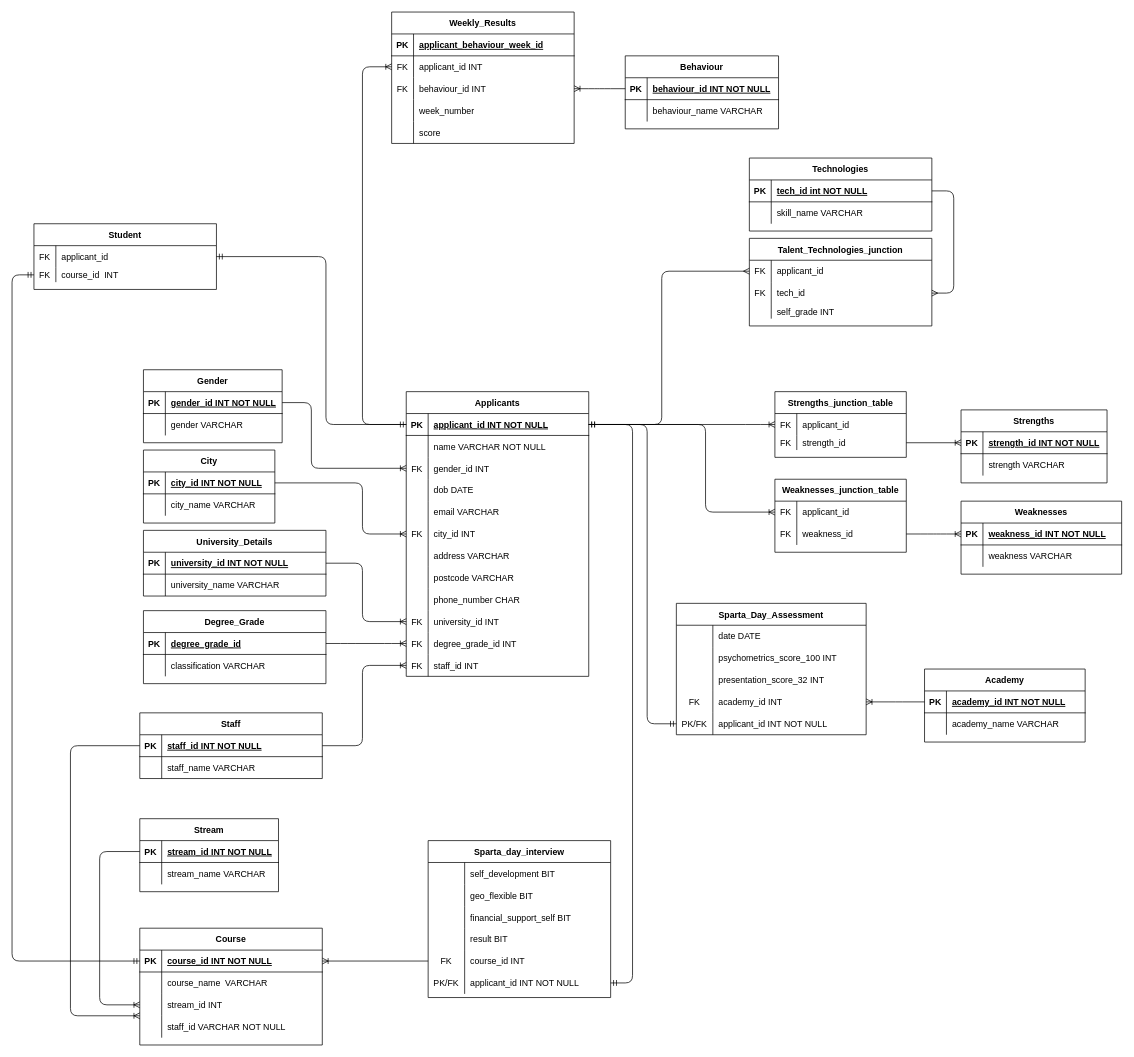
AmyCatling/data17-finalproject keeps this draw.io diagram as sql/fully_normalised/fully_normalised_erd.drawio. Above is the earlier version. Source tidied: cells renumbered, new cells numbered last; positions are measured from the earlier drawing's top-left corner, leaving out a move shared by most shapes. Both pictures are drawn from the tidied source at 73%, with x=0, y=0 at pixel (12, 12).
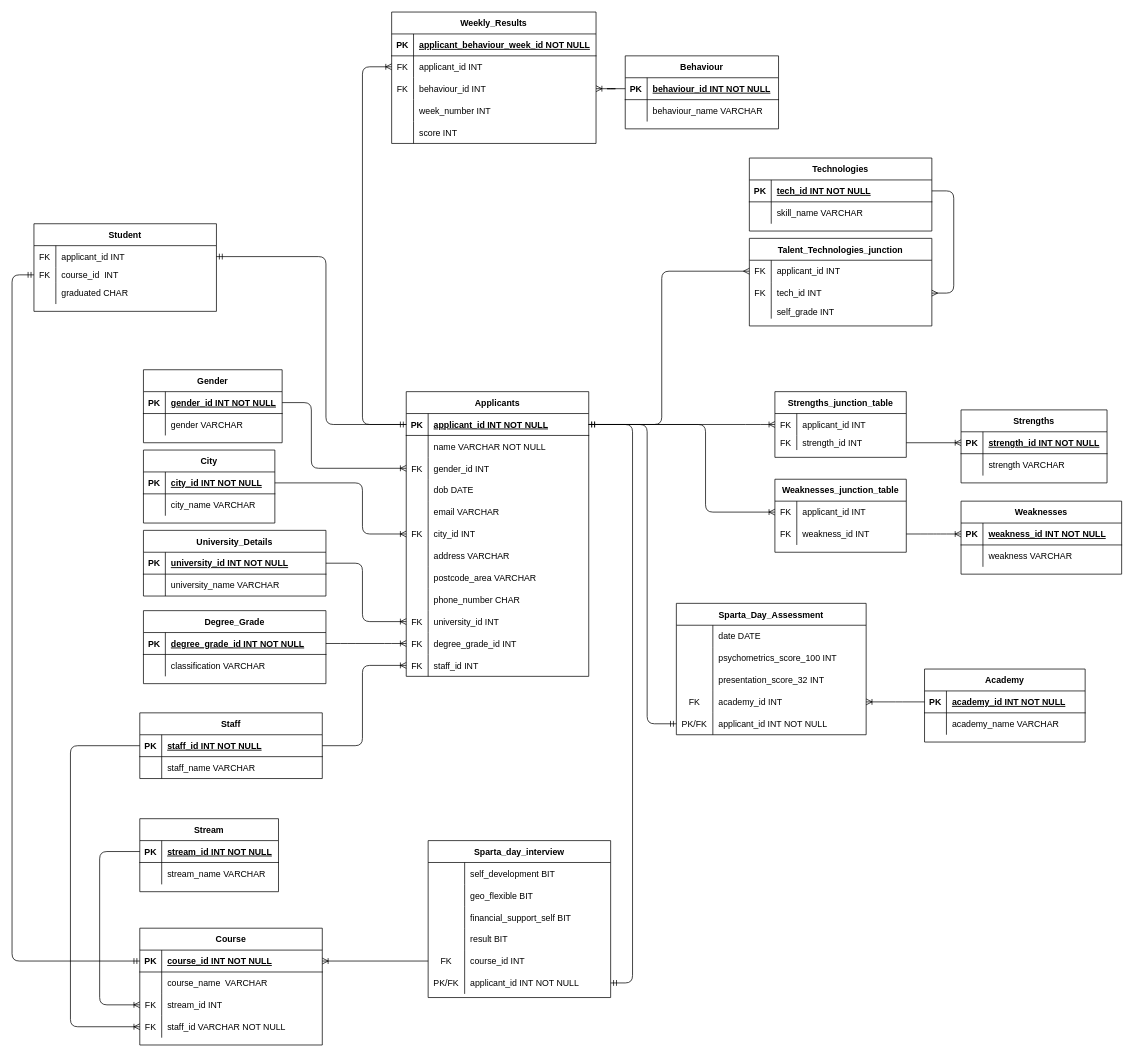
The same page after the edit.

Commit message (it also covers changes not shown here):
Updating the ERD and Database SQL code

Unchanged cells that the change refers to:
```xml
<mxCell id="40" style="shape=partialRectangle;fillColor=none;top=0;left=0;right=0;bottom=0;" parent="18" vertex="1">
  <mxGeometry y="240" width="250" height="30" as="geometry" />
</mxCell>
<mxCell id="73" style="shape=partialRectangle;fillColor=none;points=[[0,0.5],[1,0.5]];portConstraint=eastwest;top=0;left=0;right=0;bottom=1;" parent="72" vertex="1">
  <mxGeometry y="30" width="250" height="30" as="geometry" />
</mxCell>
<mxCell id="80" style="shape=partialRectangle;fillColor=none;points=[[0,0.5],[1,0.5]];portConstraint=eastwest;top=0;left=0;right=0;bottom=1;" parent="79" vertex="1">
  <mxGeometry y="30" width="250" height="30" as="geometry" />
</mxCell>
<mxCell id="87" style="shape=partialRectangle;fillColor=none;points=[[0,0.5],[1,0.5]];portConstraint=eastwest;top=0;left=0;right=0;bottom=0;" parent="86" vertex="1">
  <mxGeometry y="30" width="250" height="30" as="geometry" />
</mxCell>
<mxCell id="90" style="shape=partialRectangle;fillColor=none;points=[[0,0.5],[1,0.5]];portConstraint=eastwest;top=0;left=0;right=0;bottom=0;" parent="86" vertex="1">
  <mxGeometry y="60" width="250" height="30" as="geometry" />
</mxCell>
<mxCell id="116" style="shape=partialRectangle;fillColor=none;points=[[0,0.5],[1,0.5]];portConstraint=eastwest;top=0;left=0;right=0;bottom=0;" parent="115" vertex="1">
  <mxGeometry y="30" width="250" height="30" as="geometry" />
</mxCell>
<mxCell id="122" value="Course" style="shape=table;startSize=30;childLayout=tableLayout;rowLines=0;fontStyle=1;align=center;" parent="1" vertex="1">
  <mxGeometry x="175" y="1255" width="250" height="160" as="geometry" />
</mxCell>
<mxCell id="129" style="shape=partialRectangle;fillColor=none;points=[[0,0.5],[1,0.5]];portConstraint=eastwest;top=0;left=0;right=0;bottom=0;" parent="122" vertex="1">
  <mxGeometry y="90" width="250" height="30" as="geometry" />
</mxCell>
<mxCell id="132" style="shape=partialRectangle;fillColor=none;points=[[0,0.5],[1,0.5]];portConstraint=eastwest;top=0;left=0;right=0;bottom=0;" parent="122" vertex="1">
  <mxGeometry y="120" width="250" height="30" as="geometry" />
</mxCell>
<mxCell id="160" style="shape=partialRectangle;fillColor=none;top=0;left=0;bottom=1;right=0;points=[[0,0.5],[1,0.5]];portConstraint=eastwest;" parent="159" vertex="1">
  <mxGeometry y="30" width="250" height="30" as="geometry" />
</mxCell>
<mxCell id="183" style="shape=partialRectangle;fillColor=none;top=0;left=0;bottom=0;right=0;points=[[0,0.5],[1,0.5]];portConstraint=eastwest;" parent="182" vertex="1">
  <mxGeometry y="30" width="180" height="30" as="geometry" />
</mxCell>
<mxCell id="186" style="shape=partialRectangle;fillColor=none;top=0;left=0;bottom=0;right=0;points=[[0,0.5],[1,0.5]];portConstraint=eastwest;" parent="182" vertex="1">
  <mxGeometry y="60" width="180" height="20" as="geometry" />
</mxCell>
<mxCell id="190" style="shape=partialRectangle;fillColor=none;top=0;left=0;bottom=0;right=0;points=[[0,0.5],[1,0.5]];portConstraint=eastwest;" parent="189" vertex="1">
  <mxGeometry y="30" width="180" height="30" as="geometry" />
</mxCell>
<mxCell id="193" style="shape=partialRectangle;fillColor=none;top=0;left=0;bottom=0;right=0;points=[[0,0.5],[1,0.5]];portConstraint=eastwest;" parent="189" vertex="1">
  <mxGeometry y="60" width="180" height="30" as="geometry" />
</mxCell>
```

The edit, as a diff of the source:
```diff
@@
-    <mxCell id="42" value="postcode VARCHAR" style="shape=partialRectangle;overflow=hidden;fillColor=none;top=0;left=0;bottom=0;right=0;align=left;spacingLeft=6;" parent="40" vertex="1">
+    <mxCell id="42" value="postcode_area VARCHAR" style="shape=partialRectangle;overflow=hidden;fillColor=none;top=0;left=0;bottom=0;right=0;align=left;spacingLeft=6;" parent="40" vertex="1">
       <mxGeometry x="30" width="220" height="30" as="geometry" />
     </mxCell>
@@
     <mxCell id="56" value="Weekly_Results" style="shape=table;startSize=30;childLayout=tableLayout;rowLines=0;fontStyle=1;align=center;" parent="1" vertex="1">
-      <mxGeometry x="520" width="250" height="180" as="geometry" />
+      <mxGeometry x="520" width="280" height="180" as="geometry" />
     </mxCell>
     <mxCell id="57" style="shape=partialRectangle;fillColor=none;top=0;left=0;right=0;bottom=1;" parent="56" vertex="1">
-      <mxGeometry y="30" width="250" height="30" as="geometry" />
+      <mxGeometry y="30" width="280" height="30" as="geometry" />
     </mxCell>
@@
-    <mxCell id="59" value="applicant_behaviour_week_id" style="shape=partialRectangle;overflow=hidden;fillColor=none;top=0;left=0;bottom=0;right=0;align=left;spacingLeft=6;fontStyle=5;" parent="57" vertex="1">
-      <mxGeometry x="30" width="220" height="30" as="geometry" />
+    <mxCell id="59" value="applicant_behaviour_week_id NOT NULL" style="shape=partialRectangle;overflow=hidden;fillColor=none;top=0;left=0;bottom=0;right=0;align=left;spacingLeft=6;fontStyle=5;" parent="57" vertex="1">
+      <mxGeometry x="30" width="250" height="30" as="geometry" />
     </mxCell>
     <mxCell id="60" style="shape=partialRectangle;fillColor=none;points=[[0,0.5],[1,0.5]];portConstraint=eastwest;top=0;left=0;right=0;bottom=0;" parent="56" vertex="1">
-      <mxGeometry y="60" width="250" height="30" as="geometry" />
+      <mxGeometry y="60" width="280" height="30" as="geometry" />
     </mxCell>
@@
     <mxCell id="62" value="applicant_id INT " style="shape=partialRectangle;overflow=hidden;fillColor=none;top=0;left=0;bottom=0;right=0;align=left;spacingLeft=6;" parent="60" vertex="1">
-      <mxGeometry x="30" width="220" height="30" as="geometry" />
+      <mxGeometry x="30" width="250" height="30" as="geometry" />
     </mxCell>
     <mxCell id="63" style="shape=partialRectangle;fillColor=none;points=[[0,0.5],[1,0.5]];portConstraint=eastwest;top=0;left=0;right=0;bottom=0;" parent="56" vertex="1">
-      <mxGeometry y="90" width="250" height="30" as="geometry" />
+      <mxGeometry y="90" width="280" height="30" as="geometry" />
     </mxCell>
@@
     <mxCell id="65" value="behaviour_id INT" style="shape=partialRectangle;overflow=hidden;fillColor=none;top=0;left=0;bottom=0;right=0;align=left;spacingLeft=6;" parent="63" vertex="1">
-      <mxGeometry x="30" width="220" height="30" as="geometry" />
+      <mxGeometry x="30" width="250" height="30" as="geometry" />
     </mxCell>
     <mxCell id="66" style="shape=partialRectangle;fillColor=none;top=0;left=0;right=0;bottom=0;" parent="56" vertex="1">
-      <mxGeometry y="120" width="250" height="30" as="geometry" />
+      <mxGeometry y="120" width="280" height="30" as="geometry" />
     </mxCell>
@@
-    <mxCell id="68" value="week_number" style="shape=partialRectangle;overflow=hidden;fillColor=none;top=0;left=0;bottom=0;right=0;align=left;spacingLeft=6;" parent="66" vertex="1">
-      <mxGeometry x="30" width="220" height="30" as="geometry" />
+    <mxCell id="68" value="week_number INT" style="shape=partialRectangle;overflow=hidden;fillColor=none;top=0;left=0;bottom=0;right=0;align=left;spacingLeft=6;" parent="66" vertex="1">
+      <mxGeometry x="30" width="250" height="30" as="geometry" />
     </mxCell>
     <mxCell id="69" style="shape=partialRectangle;fillColor=none;top=0;left=0;right=0;bottom=0;" parent="56" vertex="1">
-      <mxGeometry y="150" width="250" height="30" as="geometry" />
+      <mxGeometry y="150" width="280" height="30" as="geometry" />
     </mxCell>
@@
-    <mxCell id="71" value="score" style="shape=partialRectangle;overflow=hidden;fillColor=none;top=0;left=0;bottom=0;right=0;align=left;spacingLeft=6;" parent="69" vertex="1">
-      <mxGeometry x="30" width="220" height="30" as="geometry" />
+    <mxCell id="71" value="score INT" style="shape=partialRectangle;overflow=hidden;fillColor=none;top=0;left=0;bottom=0;right=0;align=left;spacingLeft=6;" parent="69" vertex="1">
+      <mxGeometry x="30" width="250" height="30" as="geometry" />
     </mxCell>
@@
-    <mxCell id="75" value="tech_id int NOT NULL " style="shape=partialRectangle;overflow=hidden;fillColor=none;top=0;left=0;bottom=0;right=0;align=left;spacingLeft=6;fontStyle=5;" parent="73" vertex="1">
+    <mxCell id="75" value="tech_id INT NOT NULL " style="shape=partialRectangle;overflow=hidden;fillColor=none;top=0;left=0;bottom=0;right=0;align=left;spacingLeft=6;fontStyle=5;" parent="73" vertex="1">
       <mxGeometry x="30" width="220" height="30" as="geometry" />
     </mxCell>
@@
-    <mxCell id="89" value="applicant_id" style="shape=partialRectangle;overflow=hidden;fillColor=none;top=0;left=0;bottom=0;right=0;align=left;spacingLeft=6;" parent="87" vertex="1">
+    <mxCell id="89" value="applicant_id INT" style="shape=partialRectangle;overflow=hidden;fillColor=none;top=0;left=0;bottom=0;right=0;align=left;spacingLeft=6;" parent="87" vertex="1">
       <mxGeometry x="30" width="220" height="30" as="geometry" />
     </mxCell>
@@
-    <mxCell id="92" value="tech_id" style="shape=partialRectangle;overflow=hidden;fillColor=none;top=0;left=0;bottom=0;right=0;align=left;spacingLeft=6;" parent="90" vertex="1">
+    <mxCell id="92" value="tech_id INT" style="shape=partialRectangle;overflow=hidden;fillColor=none;top=0;left=0;bottom=0;right=0;align=left;spacingLeft=6;" parent="90" vertex="1">
       <mxGeometry x="30" width="220" height="30" as="geometry" />
     </mxCell>
@@
     <mxCell id="115" value="Student" style="shape=table;startSize=30;childLayout=tableLayout;rowLines=0;fontStyle=1;align=center;" parent="1" vertex="1">
-      <mxGeometry x="30" y="290" width="250" height="90" as="geometry" />
+      <mxGeometry x="30" y="290" width="250" height="120" as="geometry" />
     </mxCell>
@@
-    <mxCell id="118" value="applicant_id" style="shape=partialRectangle;overflow=hidden;fillColor=none;top=0;left=0;bottom=0;right=0;align=left;spacingLeft=6;" parent="116" vertex="1">
+    <mxCell id="118" value="applicant_id INT" style="shape=partialRectangle;overflow=hidden;fillColor=none;top=0;left=0;bottom=0;right=0;align=left;spacingLeft=6;" parent="116" vertex="1">
       <mxGeometry x="30" width="220" height="30" as="geometry" />
     </mxCell>
@@
+    <mxCell id="232" style="shape=partialRectangle;fillColor=none;top=0;left=0;right=0;bottom=0;" parent="115" vertex="1">
+      <mxGeometry y="80" width="250" height="30" as="geometry" />
+    </mxCell>
+    <mxCell id="233" style="shape=partialRectangle;overflow=hidden;fillColor=none;top=0;left=0;bottom=0;right=0;" parent="232" vertex="1">
+      <mxGeometry width="30" height="30" as="geometry" />
+    </mxCell>
+    <mxCell id="234" value="graduated CHAR " style="shape=partialRectangle;overflow=hidden;fillColor=none;top=0;left=0;bottom=0;right=0;align=left;spacingLeft=6;" parent="232" vertex="1">
+      <mxGeometry x="30" width="220" height="30" as="geometry" />
+    </mxCell>
@@
-    <mxCell id="130" style="shape=partialRectangle;overflow=hidden;fillColor=none;top=0;left=0;bottom=0;right=0;" parent="129" vertex="1">
+    <mxCell id="130" value="FK" style="shape=partialRectangle;overflow=hidden;fillColor=none;top=0;left=0;bottom=0;right=0;" parent="129" vertex="1">
       <mxGeometry width="30" height="30" as="geometry" />
     </mxCell>
@@
-    <mxCell id="133" style="shape=partialRectangle;overflow=hidden;fillColor=none;top=0;left=0;bottom=0;right=0;" parent="132" vertex="1">
+    <mxCell id="133" value="FK" style="shape=partialRectangle;overflow=hidden;fillColor=none;top=0;left=0;bottom=0;right=0;" parent="132" vertex="1">
       <mxGeometry width="30" height="30" as="geometry" />
     </mxCell>
@@
-    <mxCell id="156" style="edgeStyle=elbowEdgeStyle;fontSize=12;html=1;endArrow=ERoneToMany;entryX=0;entryY=0.75;entryDx=0;entryDy=0;exitX=0;exitY=0.5;exitDx=0;exitDy=0;" parent="1" edge="1" source="80" target="122">
+    <mxCell id="156" style="edgeStyle=elbowEdgeStyle;fontSize=12;html=1;endArrow=ERoneToMany;entryX=0;entryY=0.5;entryDx=0;entryDy=0;exitX=0;exitY=0.5;exitDx=0;exitDy=0;" parent="1" edge="1" source="80" target="132">
       <mxGeometry relative="1" as="geometry">
         <Array as="points">
           <mxPoint x="80" y="1120" />
         </Array>
       </mxGeometry>
     </mxCell>
@@
-    <mxCell id="162" value="degree_grade_id" style="shape=partialRectangle;fillColor=none;top=0;left=0;bottom=0;right=0;align=left;spacingLeft=6;fontStyle=5;overflow=hidden;" parent="160" vertex="1">
+    <mxCell id="162" value="degree_grade_id INT NOT NULL" style="shape=partialRectangle;fillColor=none;top=0;left=0;bottom=0;right=0;align=left;spacingLeft=6;fontStyle=5;overflow=hidden;" parent="160" vertex="1">
       <mxGeometry x="30" width="220" height="30" as="geometry" />
     </mxCell>
@@
-    <mxCell id="185" value="applicant_id" style="shape=partialRectangle;fillColor=none;top=0;left=0;bottom=0;right=0;align=left;spacingLeft=6;overflow=hidden;" parent="183" vertex="1">
+    <mxCell id="185" value="applicant_id INT" style="shape=partialRectangle;fillColor=none;top=0;left=0;bottom=0;right=0;align=left;spacingLeft=6;overflow=hidden;" parent="183" vertex="1">
       <mxGeometry x="30" width="150" height="30" as="geometry" />
     </mxCell>
@@
-    <mxCell id="188" value="strength_id" style="shape=partialRectangle;fillColor=none;top=0;left=0;bottom=0;right=0;align=left;spacingLeft=6;overflow=hidden;" parent="186" vertex="1">
+    <mxCell id="188" value="strength_id INT" style="shape=partialRectangle;fillColor=none;top=0;left=0;bottom=0;right=0;align=left;spacingLeft=6;overflow=hidden;" parent="186" vertex="1">
       <mxGeometry x="30" width="150" height="20" as="geometry" />
     </mxCell>
@@
-    <mxCell id="192" value="applicant_id" style="shape=partialRectangle;fillColor=none;top=0;left=0;bottom=0;right=0;align=left;spacingLeft=6;overflow=hidden;" parent="190" vertex="1">
+    <mxCell id="192" value="applicant_id INT" style="shape=partialRectangle;fillColor=none;top=0;left=0;bottom=0;right=0;align=left;spacingLeft=6;overflow=hidden;" parent="190" vertex="1">
       <mxGeometry x="30" width="150" height="30" as="geometry" />
     </mxCell>
@@
-    <mxCell id="195" value="weakness_id" style="shape=partialRectangle;fillColor=none;top=0;left=0;bottom=0;right=0;align=left;spacingLeft=6;overflow=hidden;" parent="193" vertex="1">
+    <mxCell id="195" value="weakness_id INT" style="shape=partialRectangle;fillColor=none;top=0;left=0;bottom=0;right=0;align=left;spacingLeft=6;overflow=hidden;" parent="193" vertex="1">
       <mxGeometry x="30" width="150" height="30" as="geometry" />
     </mxCell>
```
